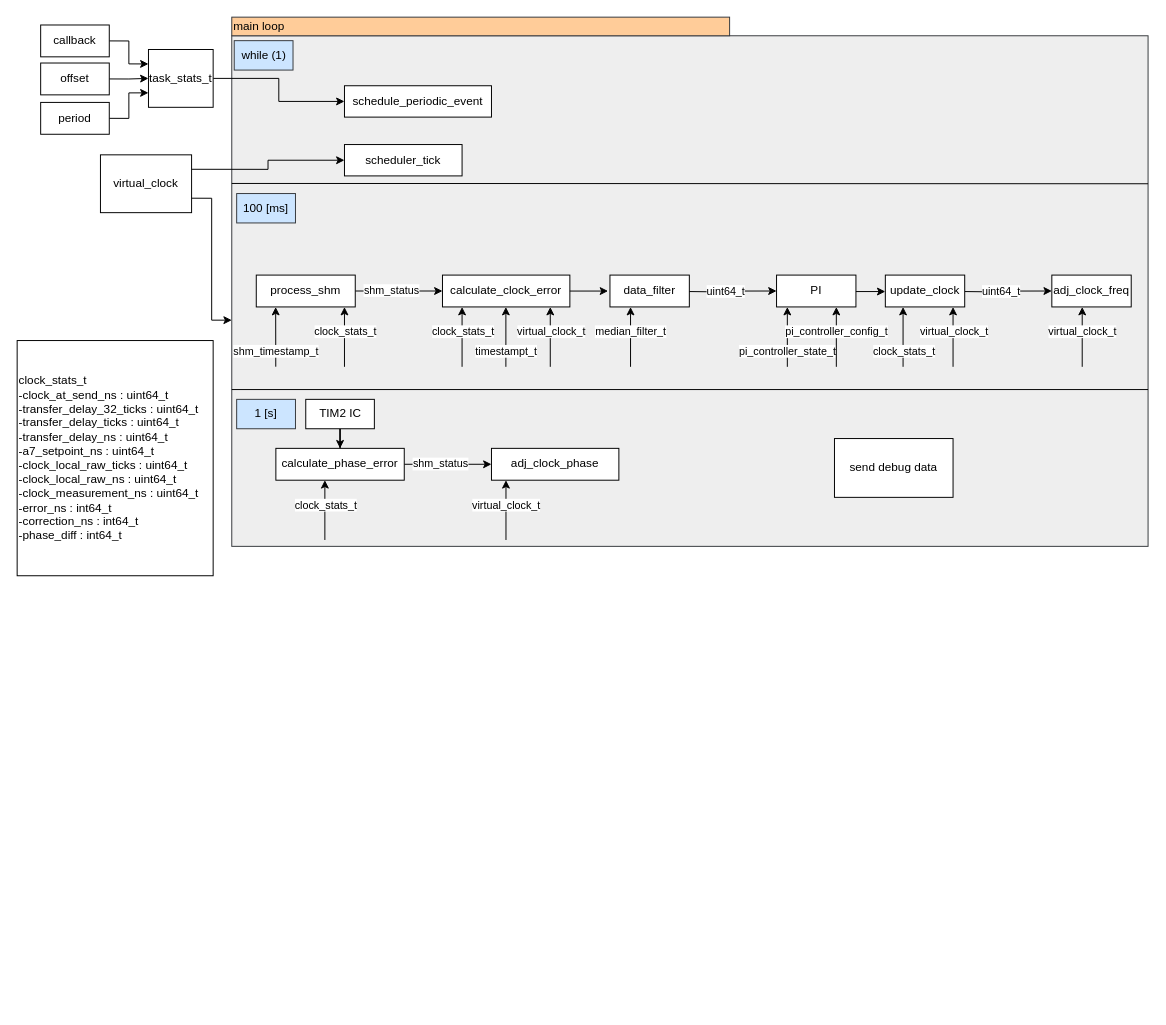
The draw.io diagram page "main_scheme" (3 of 4) of Untitled Diagram.drawio in DominikBudzynski/custom_ntp, before the edit. Source tidied: cells renumbered, new cells numbered last; positions are measured from the earlier drawing's top-left corner, leaving out a move shared by most shapes. Both pictures are drawn from the tidied source at 98%, with x=0, y=0 at pixel (17, 17).
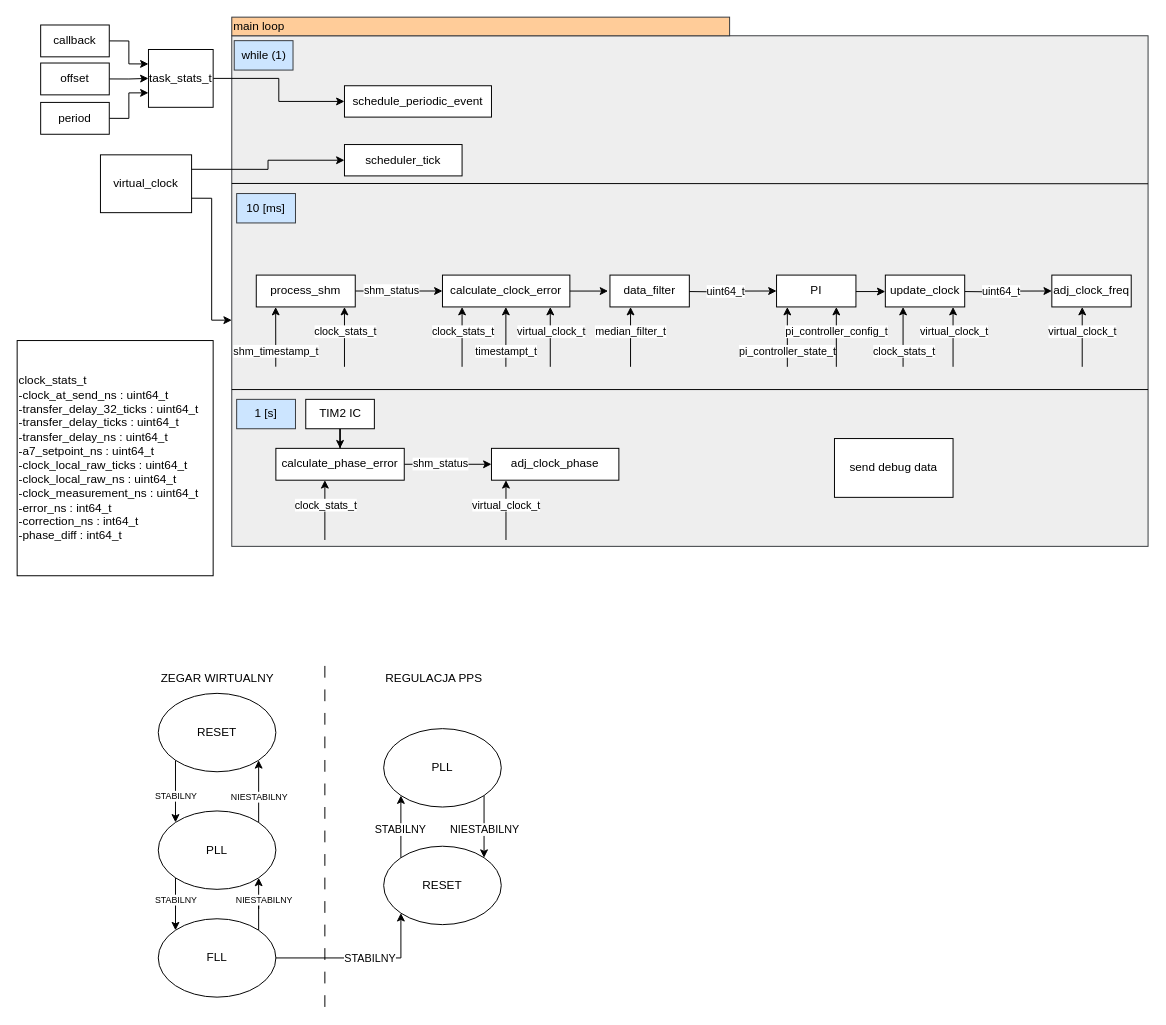
The same page after the edit.

What changed in the source:
```diff
@@
-    <mxCell id="6" value="100 [ms]" style="text;html=1;align=center;verticalAlign=middle;whiteSpace=wrap;rounded=0;strokeColor=#36393d;fillColor=#cce5ff;" parent="1" vertex="1">
+    <mxCell id="6" value="10 [ms]" style="text;html=1;align=center;verticalAlign=middle;whiteSpace=wrap;rounded=0;strokeColor=#36393d;fillColor=#cce5ff;" parent="1" vertex="1">
       <mxGeometry x="224" y="180" width="60" height="30" as="geometry" />
     </mxCell>
@@
+    <mxCell id="70" style="edgeStyle=orthogonalEdgeStyle;rounded=0;jettySize=auto;html=1;exitX=0;exitY=1;exitDx=0;exitDy=0;entryX=0;entryY=0;entryDx=0;entryDy=0;" parent="1" edge="1" source="72" target="73">
+      <mxGeometry relative="1" as="geometry" />
+    </mxCell>
+    <mxCell id="71" value="STABILNY" style="edgeLabel;html=1;align=center;verticalAlign=middle;fontSize=9;" parent="70" vertex="1">
+      <mxGeometry x="0.14" relative="1" as="geometry" />
+    </mxCell>
+    <mxCell id="72" value="RESET" style="ellipse;whiteSpace=wrap;html=1;" parent="1" vertex="1">
+      <mxGeometry x="144" y="690" width="120" height="80" as="geometry" />
+    </mxCell>
+    <mxCell id="73" value="PLL" style="ellipse;whiteSpace=wrap;html=1;" parent="1" vertex="1">
+      <mxGeometry x="144" y="810" width="120" height="80" as="geometry" />
+    </mxCell>
+    <mxCell id="74" style="edgeStyle=orthogonalEdgeStyle;rounded=0;jettySize=auto;html=1;exitX=1;exitY=0;exitDx=0;exitDy=0;entryX=1;entryY=1;entryDx=0;entryDy=0;" parent="1" edge="1" source="78" target="73">
+      <mxGeometry relative="1" as="geometry" />
+    </mxCell>
+    <mxCell id="75" value="NIESTABILNY" style="edgeLabel;html=1;align=center;verticalAlign=middle;fontSize=9;" parent="74" vertex="1">
+      <mxGeometry x="0.08" relative="1" as="geometry">
+        <mxPoint x="5" y="-8" as="offset" />
+      </mxGeometry>
+    </mxCell>
+    <mxCell id="76" style="edgeStyle=orthogonalEdgeStyle;rounded=0;jettySize=auto;html=1;entryX=0;entryY=1;entryDx=0;entryDy=0;" parent="1" edge="1" source="78" target="88">
+      <mxGeometry relative="1" as="geometry">
+        <Array as="points">
+          <mxPoint x="391" y="960" />
+          <mxPoint x="391" y="914" />
+        </Array>
+      </mxGeometry>
+    </mxCell>
+    <mxCell id="77" value="STABILNY" style="edgeLabel;html=1;align=center;verticalAlign=middle;fontSize=11;" parent="76" vertex="1">
+      <mxGeometry x="0.24" y="-2" relative="1" as="geometry">
+        <mxPoint x="-12" y="-2" as="offset" />
+      </mxGeometry>
+    </mxCell>
+    <mxCell id="78" value="FLL" style="ellipse;whiteSpace=wrap;html=1;" parent="1" vertex="1">
+      <mxGeometry x="144" y="920" width="120" height="80" as="geometry" />
+    </mxCell>
+    <mxCell id="79" style="edgeStyle=orthogonalEdgeStyle;rounded=0;jettySize=auto;html=1;exitX=1;exitY=0;exitDx=0;exitDy=0;entryX=1;entryY=1;entryDx=0;entryDy=0;" parent="1" edge="1" source="73" target="72">
+      <mxGeometry relative="1" as="geometry" />
+    </mxCell>
+    <mxCell id="80" value="NIESTABILNY" style="edgeLabel;html=1;align=center;verticalAlign=middle;fontSize=9;" parent="79" vertex="1">
+      <mxGeometry x="-0.19" relative="1" as="geometry" />
+    </mxCell>
+    <mxCell id="81" style="edgeStyle=orthogonalEdgeStyle;rounded=0;jettySize=auto;html=1;exitX=0;exitY=1;exitDx=0;exitDy=0;entryX=0;entryY=0;entryDx=0;entryDy=0;" parent="1" edge="1" source="73" target="78">
+      <mxGeometry relative="1" as="geometry" />
+    </mxCell>
+    <mxCell id="82" value="STABILNY" style="edgeLabel;html=1;align=center;verticalAlign=middle;fontSize=9;" parent="81" vertex="1">
+      <mxGeometry x="-0.09" relative="1" as="geometry">
+        <mxPoint y="-8" as="offset" />
+      </mxGeometry>
+    </mxCell>
+    <mxCell id="83" style="endArrow=none;dashed=1;html=1;dashPattern=12 12;strokeWidth=1;rounded=0;" parent="1" edge="1">
+      <mxGeometry relative="1" as="geometry">
+        <mxPoint x="314" y="1010" as="sourcePoint" />
+        <mxPoint x="314" y="650" as="targetPoint" />
+      </mxGeometry>
+    </mxCell>
+    <mxCell id="84" value="ZEGAR WIRTUALNY" style="text;html=1;align=center;verticalAlign=middle;strokeColor=none;fillColor=none;" parent="1" vertex="1">
+      <mxGeometry x="134" y="660" width="140" height="30" as="geometry" />
+    </mxCell>
+    <mxCell id="85" value="REGULACJA PPS" style="text;html=1;align=center;verticalAlign=middle;strokeColor=none;fillColor=none;" parent="1" vertex="1">
+      <mxGeometry x="364.5" y="660" width="120" height="30" as="geometry" />
+    </mxCell>
+    <mxCell id="86" style="edgeStyle=orthogonalEdgeStyle;rounded=0;jettySize=auto;html=1;exitX=0;exitY=0;exitDx=0;exitDy=0;entryX=0;entryY=1;entryDx=0;entryDy=0;" parent="1" edge="1" source="88" target="91">
+      <mxGeometry relative="1" as="geometry" />
+    </mxCell>
+    <mxCell id="87" value="STABILNY" style="edgeLabel;html=1;align=center;verticalAlign=middle;" parent="86" vertex="1">
+      <mxGeometry x="-0.07" y="1" relative="1" as="geometry" />
+    </mxCell>
+    <mxCell id="88" value="RESET" style="ellipse;whiteSpace=wrap;html=1;" parent="1" vertex="1">
+      <mxGeometry x="374" y="846" width="120" height="80" as="geometry" />
+    </mxCell>
+    <mxCell id="89" style="edgeStyle=orthogonalEdgeStyle;rounded=0;jettySize=auto;html=1;exitX=1;exitY=1;exitDx=0;exitDy=0;entryX=1;entryY=0;entryDx=0;entryDy=0;" parent="1" edge="1" source="91" target="88">
+      <mxGeometry relative="1" as="geometry" />
+    </mxCell>
+    <mxCell id="90" value="NIESTABILNY" style="edgeLabel;html=1;align=center;verticalAlign=middle;" parent="89" vertex="1">
+      <mxGeometry x="-0.09" y="-1" relative="1" as="geometry">
+        <mxPoint x="1" y="5" as="offset" />
+      </mxGeometry>
+    </mxCell>
+    <mxCell id="91" value="PLL" style="ellipse;whiteSpace=wrap;html=1;" parent="1" vertex="1">
+      <mxGeometry x="374" y="726" width="120" height="80" as="geometry" />
+    </mxCell>
```
